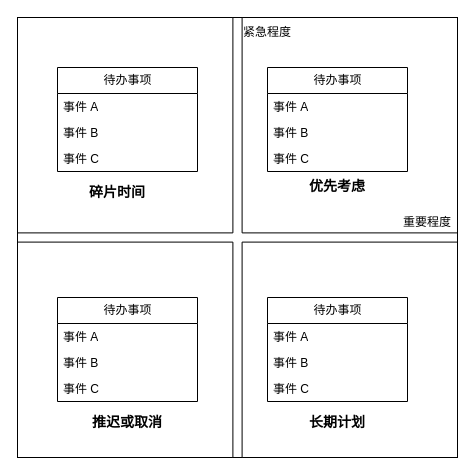
The draw.io diagram 优先级象限.drawio in beyondgogogo/Graph, before the edit. Source tidied: cells renumbered, new cells numbered last; positions are measured from the earlier drawing's top-left corner, leaving out a move shared by most shapes. Both pictures are drawn from the tidied source at 100%, with x=0, y=0 at pixel (17, 17).
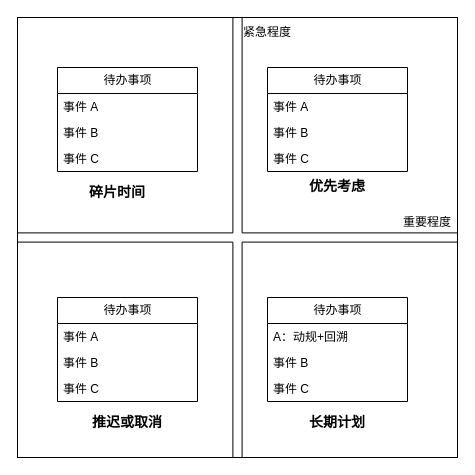
The same diagram, later.

Commit message:
更新优先级象限.drawio

The change refers to these unchanged cells:
```xml
<mxCell id="14" value="待办事项" style="swimlane;fontStyle=0;horizontal=1;startSize=26;fillColor=none;html=1;" parent="1" vertex="1">
  <mxGeometry x="250" y="280" width="140" height="104" as="geometry" />
</mxCell>
```

Diff of the diagram source:
```diff
@@
-    <mxCell id="15" value="事件 A" style="text;strokeColor=none;fillColor=none;align=left;verticalAlign=top;spacingLeft=4;spacingRight=4;overflow=hidden;whiteSpace=wrap;html=1;" parent="14" vertex="1">
+    <mxCell id="15" value="A：动规+回溯" style="text;strokeColor=none;fillColor=none;align=left;verticalAlign=top;spacingLeft=4;spacingRight=4;overflow=hidden;whiteSpace=wrap;html=1;" parent="14" vertex="1">
       <mxGeometry y="26" width="140" height="26" as="geometry" />
     </mxCell>
```
